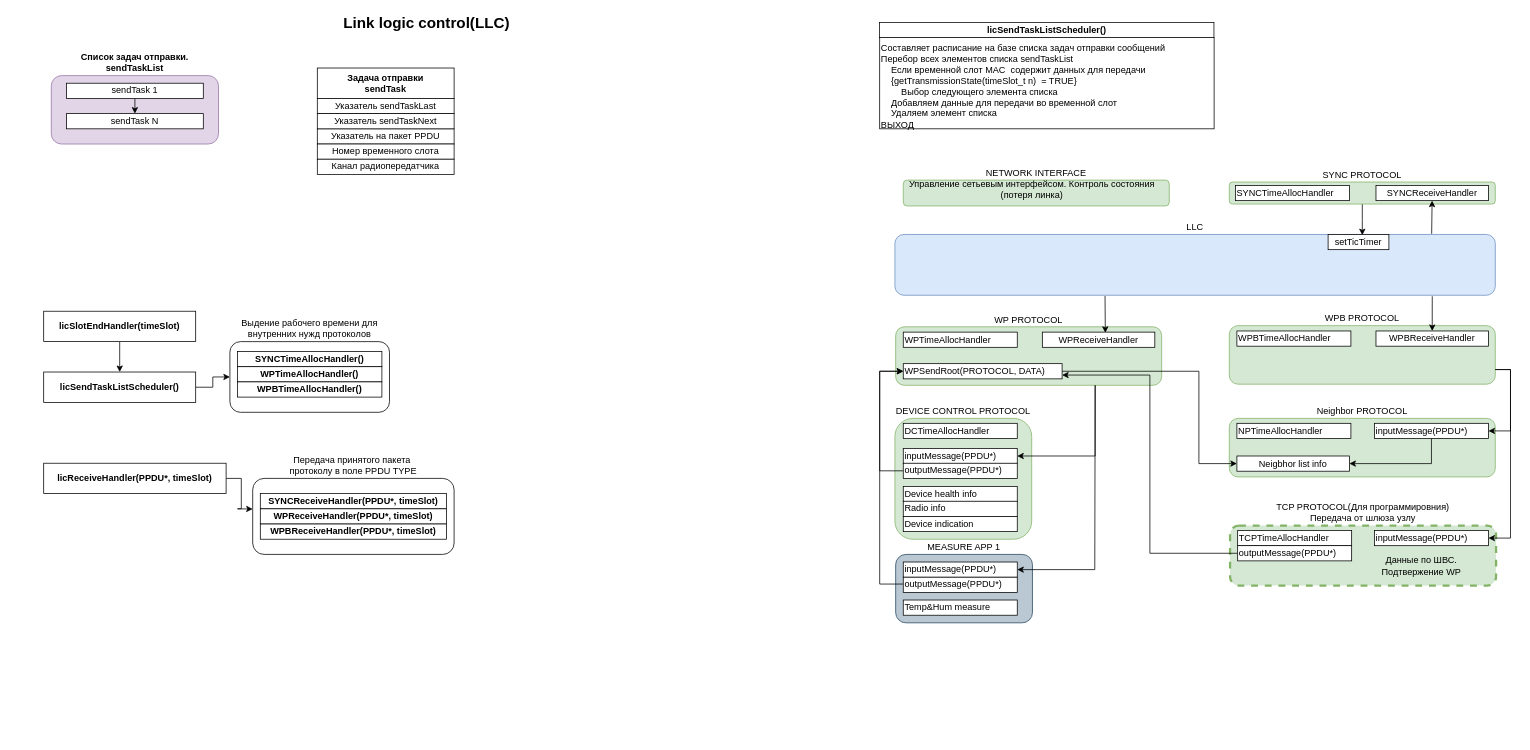
The draw.io diagram page "LLC" (3 of 6) of documentation/programm modules/modulse struct.drawio in saurex83/WMNU, before the edit. Source tidied: cells renumbered, new cells numbered last; positions are measured from the earlier drawing's top-left corner, leaving out a move shared by most shapes. Both pictures are drawn from the tidied source at 76%, with x=0, y=0 at pixel (43, 14).
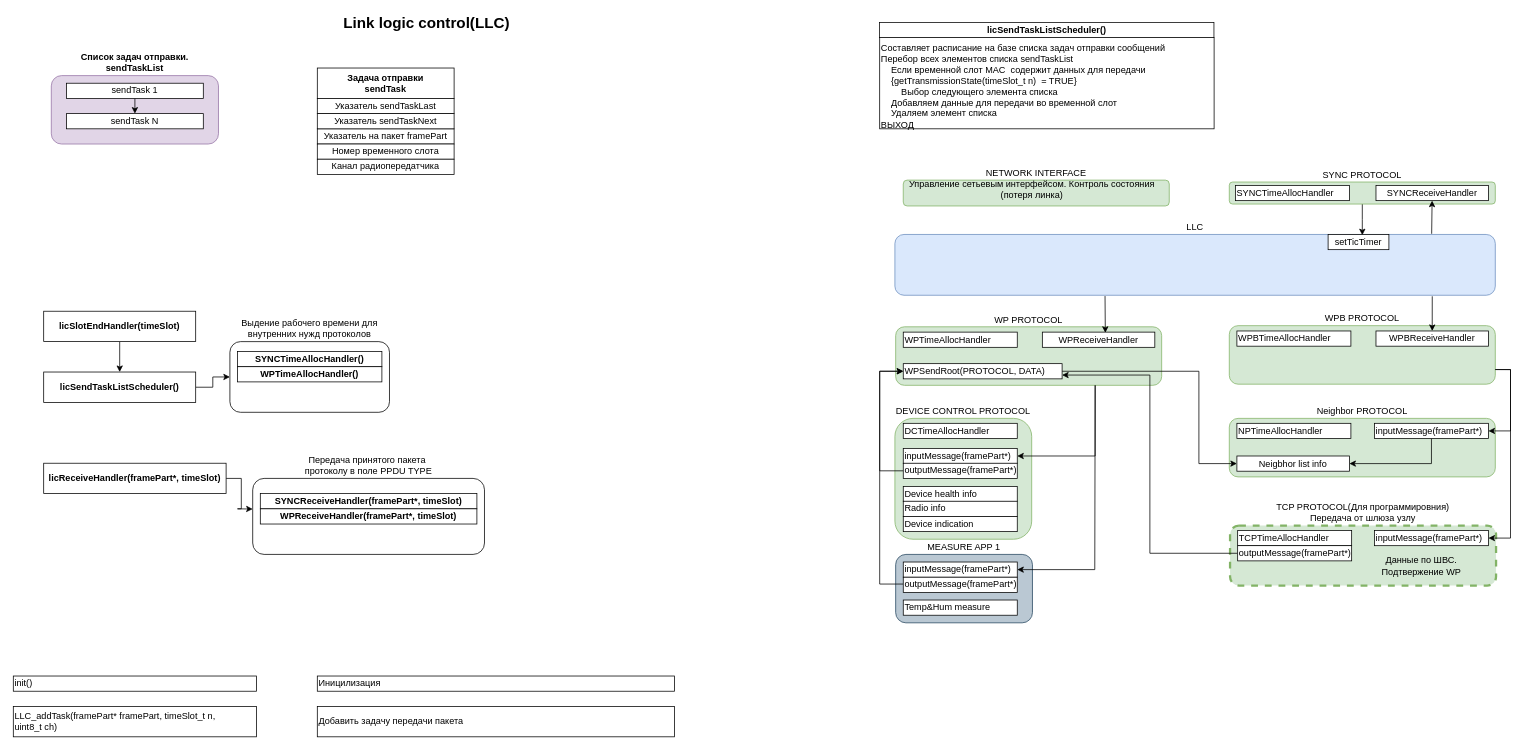
The same page after the edit.

The edit, as a diff of the source:
```diff
@@
-    <mxCell id="9" value="&lt;div style=&quot;text-align: left&quot;&gt;&lt;span&gt;WPBTimeAllocHandler()&lt;/span&gt;&lt;/div&gt;" style="rounded=0;whiteSpace=wrap;html=1;fontStyle=1;" parent="1" vertex="1">
-      <mxGeometry x="255" y="483" width="190" height="20" as="geometry" />
-    </mxCell>
@@
-    <mxCell id="11" value="Указатель на пакет PPDU" style="rounded=0;whiteSpace=wrap;html=1;fontSize=12;fontStyle=0;" parent="1" vertex="1">
+    <mxCell id="11" value="Указатель на пакет framePart" style="rounded=0;whiteSpace=wrap;html=1;fontSize=12;fontStyle=0;" parent="1" vertex="1">
       <mxGeometry x="360" y="150" width="180" height="20" as="geometry" />
     </mxCell>
@@
-    <mxCell id="25" value="&lt;span style=&quot;text-align: left ; white-space: nowrap&quot;&gt;licReceiveHandler(PPDU*, timeSlot)&lt;/span&gt;" style="rounded=0;whiteSpace=wrap;html=1;fontStyle=1;" parent="1" vertex="1">
+    <mxCell id="25" value="&lt;span style=&quot;text-align: left ; white-space: nowrap&quot;&gt;licReceiveHandler(framePart*, timeSlot)&lt;/span&gt;" style="rounded=0;whiteSpace=wrap;html=1;fontStyle=1;" parent="1" vertex="1">
       <mxGeometry y="590" width="240" height="40" as="geometry" />
     </mxCell>
     <mxCell id="26" value="Передача принятого пакета&amp;nbsp;&lt;br&gt;протоколу в поле PPDU TYPE" style="rounded=1;whiteSpace=wrap;html=1;labelPosition=center;verticalLabelPosition=top;align=center;verticalAlign=bottom;" parent="1" vertex="1">
-      <mxGeometry x="275" y="610" width="265" height="100" as="geometry" />
+      <mxGeometry x="275" y="610" width="305" height="100" as="geometry" />
     </mxCell>
-    <mxCell id="27" value="&lt;div style=&quot;text-align: left&quot;&gt;SYNCReceiveHandler(PPDU*, timeSlot)&lt;br&gt;&lt;/div&gt;" style="rounded=0;whiteSpace=wrap;html=1;fontStyle=1;" parent="1" vertex="1">
-      <mxGeometry x="285" y="630" width="245" height="20" as="geometry" />
+    <mxCell id="27" value="&lt;div style=&quot;text-align: left&quot;&gt;SYNCReceiveHandler(framePart*, timeSlot)&lt;br&gt;&lt;/div&gt;" style="rounded=0;whiteSpace=wrap;html=1;fontStyle=1;" parent="1" vertex="1">
+      <mxGeometry x="285" y="630" width="285" height="20" as="geometry" />
     </mxCell>
-    <mxCell id="28" value="&lt;div style=&quot;text-align: left&quot;&gt;WPReceiveHandler(PPDU*, timeSlot)&lt;br&gt;&lt;/div&gt;" style="rounded=0;whiteSpace=wrap;html=1;fontStyle=1;" parent="1" vertex="1">
-      <mxGeometry x="285" y="650" width="245" height="20" as="geometry" />
+    <mxCell id="28" value="&lt;div style=&quot;text-align: left&quot;&gt;WPReceiveHandler(framePart*, timeSlot)&lt;br&gt;&lt;/div&gt;" style="rounded=0;whiteSpace=wrap;html=1;fontStyle=1;" parent="1" vertex="1">
+      <mxGeometry x="285" y="650" width="285" height="20" as="geometry" />
     </mxCell>
-    <mxCell id="29" value="&lt;div style=&quot;text-align: left&quot;&gt;WPBReceiveHandler(PPDU*, timeSlot)&lt;br&gt;&lt;/div&gt;" style="rounded=0;whiteSpace=wrap;html=1;fontStyle=1;" parent="1" vertex="1">
-      <mxGeometry x="285" y="670" width="245" height="20" as="geometry" />
-    </mxCell>
@@
-    <mxCell id="51" value="inputMessage(PPDU*)" style="rounded=0;whiteSpace=wrap;html=1;fontSize=12;fontStyle=0;align=left;" parent="1" vertex="1">
+    <mxCell id="51" value="inputMessage(framePart*)" style="rounded=0;whiteSpace=wrap;html=1;fontSize=12;fontStyle=0;align=left;" parent="1" vertex="1">
       <mxGeometry x="1751" y="537.5" width="150" height="20" as="geometry" />
     </mxCell>
@@
-    <mxCell id="54" value="inputMessage(PPDU*)" style="rounded=0;whiteSpace=wrap;html=1;fontSize=12;fontStyle=0;align=left;" parent="1" vertex="1">
+    <mxCell id="54" value="inputMessage(framePart*)" style="rounded=0;whiteSpace=wrap;html=1;fontSize=12;fontStyle=0;align=left;" parent="1" vertex="1">
       <mxGeometry x="1131" y="570.5" width="150" height="20" as="geometry" />
     </mxCell>
@@
-    <mxCell id="59" value="inputMessage(PPDU*)" style="rounded=0;whiteSpace=wrap;html=1;fontSize=12;fontStyle=0;align=left;" parent="1" vertex="1">
+    <mxCell id="59" value="inputMessage(framePart*)" style="rounded=0;whiteSpace=wrap;html=1;fontSize=12;fontStyle=0;align=left;" parent="1" vertex="1">
       <mxGeometry x="1131" y="720" width="150" height="20" as="geometry" />
     </mxCell>
@@
-    <mxCell id="63" value="outputMessage(PPDU*)" style="rounded=0;whiteSpace=wrap;html=1;fontSize=12;fontStyle=0;align=left;" parent="1" vertex="1">
+    <mxCell id="63" value="outputMessage(framePart*)" style="rounded=0;whiteSpace=wrap;html=1;fontSize=12;fontStyle=0;align=left;" parent="1" vertex="1">
       <mxGeometry x="1131" y="590" width="150" height="20" as="geometry" />
     </mxCell>
@@
-    <mxCell id="65" value="outputMessage(PPDU*)" style="rounded=0;whiteSpace=wrap;html=1;fontSize=12;fontStyle=0;align=left;" parent="1" vertex="1">
+    <mxCell id="65" value="outputMessage(framePart*)" style="rounded=0;whiteSpace=wrap;html=1;fontSize=12;fontStyle=0;align=left;" parent="1" vertex="1">
       <mxGeometry x="1131" y="740" width="150" height="20" as="geometry" />
     </mxCell>
@@
-    <mxCell id="69" value="inputMessage(PPDU*)" style="rounded=0;whiteSpace=wrap;html=1;fontSize=12;fontStyle=0;align=left;" parent="1" vertex="1">
+    <mxCell id="69" value="inputMessage(framePart*)" style="rounded=0;whiteSpace=wrap;html=1;fontSize=12;fontStyle=0;align=left;" parent="1" vertex="1">
       <mxGeometry x="1751" y="678.5" width="150" height="20" as="geometry" />
     </mxCell>
@@
-    <mxCell id="73" value="outputMessage(PPDU*)" style="rounded=0;whiteSpace=wrap;html=1;fontSize=12;fontStyle=0;align=left;" parent="1" vertex="1">
+    <mxCell id="73" value="outputMessage(framePart*)" style="rounded=0;whiteSpace=wrap;html=1;fontSize=12;fontStyle=0;align=left;" parent="1" vertex="1">
       <mxGeometry x="1571" y="698.5" width="150" height="20" as="geometry" />
     </mxCell>
@@
+    <mxCell id="76" value="init()" style="rounded=0;whiteSpace=wrap;html=1;labelBackgroundColor=none;fontSize=12;fontColor=#000000;align=left;" parent="1" vertex="1">
+      <mxGeometry x="-40" y="870" width="320" height="20" as="geometry" />
+    </mxCell>
+    <mxCell id="77" value="Иницилизация" style="rounded=0;whiteSpace=wrap;html=1;labelBackgroundColor=none;fontSize=12;fontColor=#000000;align=left;" parent="1" vertex="1">
+      <mxGeometry x="360" y="870" width="470" height="20" as="geometry" />
+    </mxCell>
+    <mxCell id="78" value="LLC_addTask(framePart* framePart, timeSlot_t n, &lt;br&gt;uint8_t ch)" style="rounded=0;whiteSpace=wrap;html=1;labelBackgroundColor=none;fontSize=12;fontColor=#000000;align=left;" parent="1" vertex="1">
+      <mxGeometry x="-40" y="910" width="320" height="40" as="geometry" />
+    </mxCell>
+    <mxCell id="79" value="Добавить задачу передачи пакета" style="rounded=0;whiteSpace=wrap;html=1;labelBackgroundColor=none;fontSize=12;fontColor=#000000;align=left;" parent="1" vertex="1">
+      <mxGeometry x="360" y="910" width="470" height="40" as="geometry" />
+    </mxCell>
```
